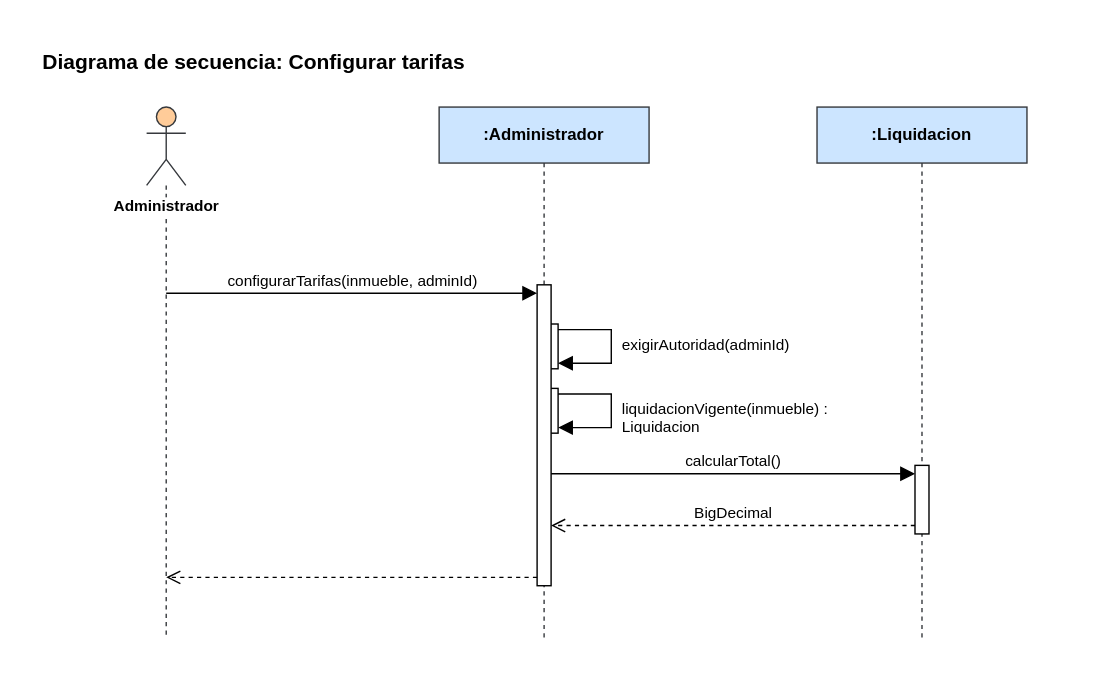
Earlier version of the draw.io export Diagramas/Secuencia/configurar-tarifas.svg (manuel20051208/HorizontalSoftware-Back-End). Source tidied: cells renumbered, new cells last; positions are measured from the earlier drawing's top-left corner, leaving out a move shared by most shapes.
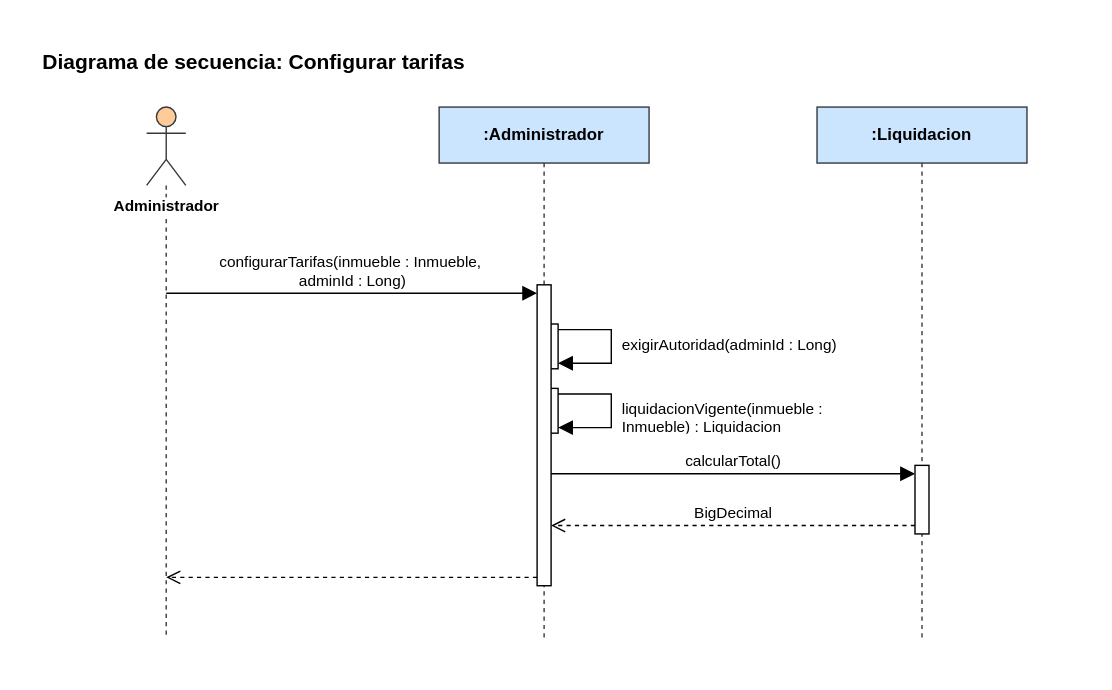
After the change.

The edit, as a diff of the source:
```diff
@@ -26,7 +26,7 @@
     <mxCell id="9" style="html=1;points=[];perimeter=orthogonalPerimeter;fillColor=#ffffff;strokeColor=#000000;" parent="1" vertex="1">
       <mxGeometry x="355" y="175" width="10" height="215" as="geometry" />
     </mxCell>
-    <mxCell id="10" value="configurarTarifas(inmueble, adminId)" style="html=1;verticalAlign=bottom;rounded=0;fontSize=11;strokeColor=#000000;endArrow=block;endFill=1;endSize=8;exitX=0.5000;exitY=0.3500;exitDx=0;exitDy=0;exitPerimeter=0;entryX=0.0000;entryY=0.0279;entryDx=0;entryDy=0;entryPerimeter=0;" parent="1" edge="1" source="3" target="9">
+    <mxCell id="10" value="configurarTarifas(inmueble : Inmueble,&amp;nbsp;&lt;div&gt;adminId : Long)&lt;/div&gt;" style="html=1;verticalAlign=bottom;rounded=0;fontSize=11;strokeColor=#000000;endArrow=block;endFill=1;endSize=8;exitX=0.5000;exitY=0.3500;exitDx=0;exitDy=0;exitPerimeter=0;entryX=0.0000;entryY=0.0279;entryDx=0;entryDy=0;entryPerimeter=0;" parent="1" edge="1" source="3" target="9">
       <mxGeometry relative="1" as="geometry" />
     </mxCell>
     <mxCell id="11" style="html=1;rounded=0;endArrow=block;endFill=1;endSize=8;strokeColor=#000000;exitX=1.0000;exitY=0.1250;exitDx=0;exitDy=0;exitPerimeter=0;entryX=1.0000;entryY=0.8750;entryDx=0;entryDy=0;entryPerimeter=0;" parent="1" edge="1" source="6" target="6">
@@ -54,10 +54,10 @@
     <mxCell id="15" style="html=1;verticalAlign=bottom;rounded=0;fontSize=11;strokeColor=#000000;dashed=1;endArrow=open;endFill=0;endSize=8;exitX=0.0000;exitY=0.9721;exitDx=0;exitDy=0;exitPerimeter=0;entryX=0.5000;entryY=0.8842;entryDx=0;entryDy=0;entryPerimeter=0;" parent="1" edge="1" source="9" target="3">
       <mxGeometry relative="1" as="geometry" />
     </mxCell>
-    <mxCell id="16" value="exigirAutoridad(adminId)" style="text;html=1;align=left;verticalAlign=top;whiteSpace=wrap;overflow=hidden;fontSize=11;" parent="1" vertex="1">
+    <mxCell id="16" value="exigirAutoridad(adminId : Long)" style="text;html=1;align=left;verticalAlign=top;whiteSpace=wrap;overflow=hidden;fontSize=11;" parent="1" vertex="1">
       <mxGeometry x="414" y="205" width="185" height="28" as="geometry" />
     </mxCell>
-    <mxCell id="17" value="liquidacionVigente(inmueble) : Liquidacion" style="text;html=1;align=left;verticalAlign=top;whiteSpace=wrap;overflow=hidden;fontSize=11;" parent="1" vertex="1">
+    <mxCell id="17" value="liquidacionVigente(inmueble : Inmueble) : Liquidacion" style="text;html=1;align=left;verticalAlign=top;whiteSpace=wrap;overflow=hidden;fontSize=11;" parent="1" vertex="1">
       <mxGeometry x="414" y="251" width="185" height="28" as="geometry" />
     </mxCell>
   </root>
```
